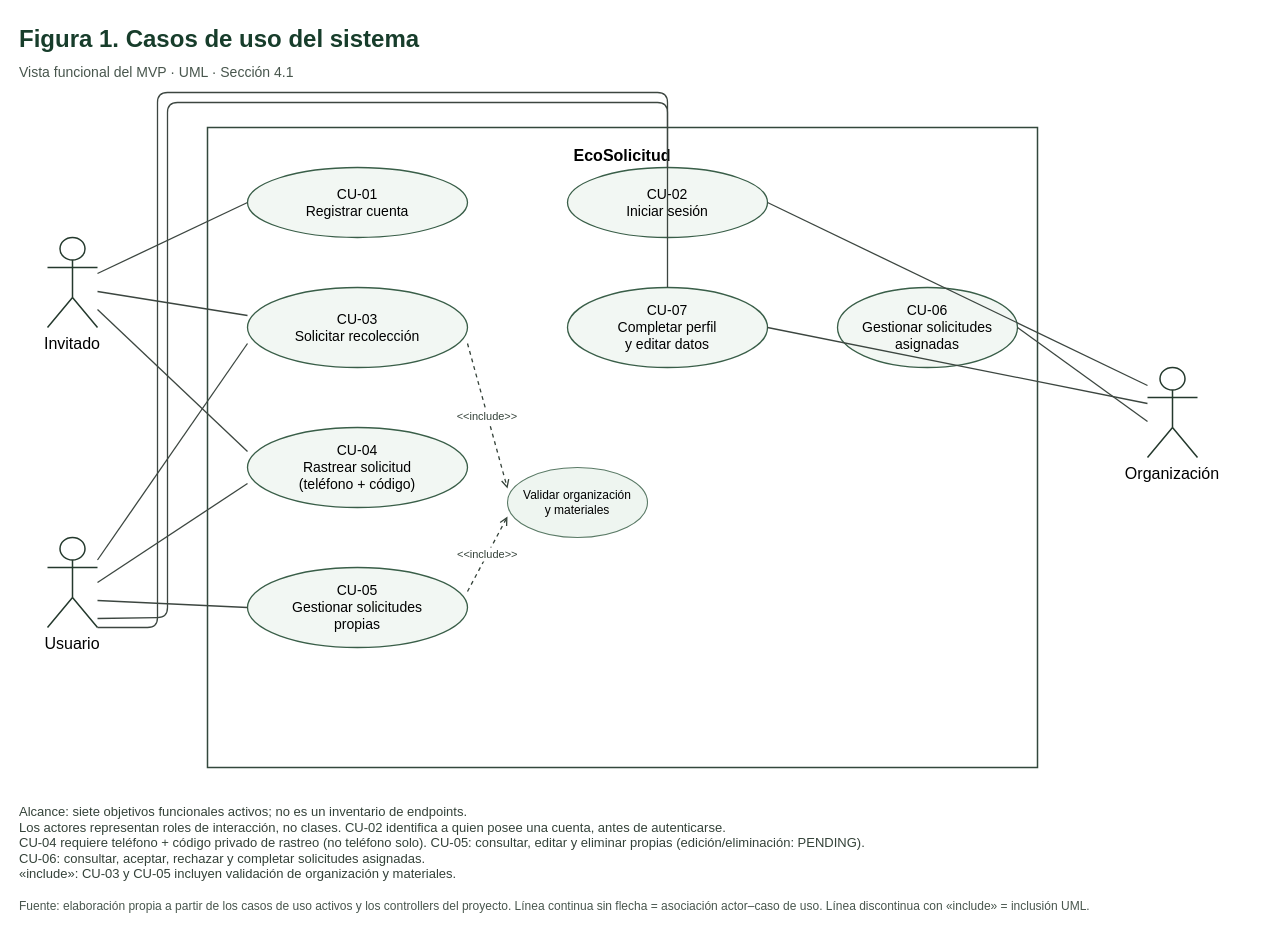
This is docs/diagrams/figura1-casos-uso.drawio from fedegonc/residuosolido, a draw.io file, before an edit. Source tidied: cells renumbered, new cells numbered last; positions are measured from the earlier drawing's top-left corner, leaving out a move shared by most shapes. Both pictures are drawn from the tidied source at 100%, with x=0, y=0 at pixel (17, 17).
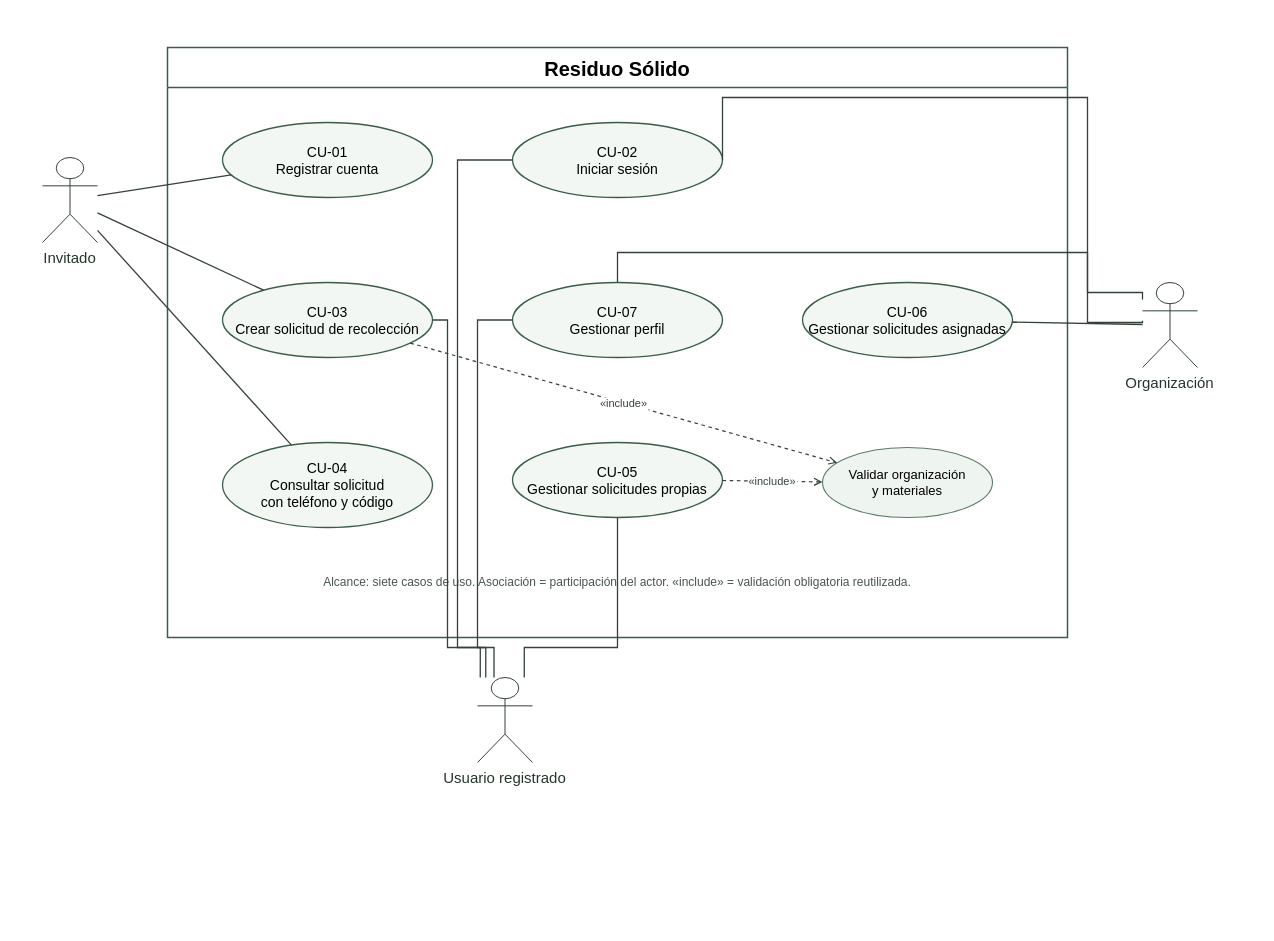
Above is the later version.

Commit message (it also covers changes not shown here):
Refina diagrama de casos de uso: quita "activo" del alcance y alinea nombres de CU

Generated with [Devin](https://devin.ai)

What changed in the source:
```diff
@@
-    <mxCell id="2" value="Figura 1. Casos de uso del sistema" style="text;html=0;fontFamily=Helvetica;fontSize=24;fontStyle=1;fontColor=#173d2b;align=left;" parent="1" vertex="1">
-      <mxGeometry width="1200" height="38" as="geometry" />
-    </mxCell>
-    <mxCell id="3" value="Vista funcional del MVP · UML · Sección 4.1" style="text;html=0;fontFamily=Helvetica;fontSize=14;fontColor=#48564d;align=left;" parent="1" vertex="1">
-      <mxGeometry y="40" width="1200" height="25" as="geometry" />
-    </mxCell>
-    <mxCell id="4" value="EcoSolicitud" style="rounded=0;html=0;verticalAlign=top;spacingTop=12;fontFamily=Helvetica;fontSize=16;fontStyle=1;fillColor=#ffffff;strokeColor=#33483c;strokeWidth=1.5;" parent="1" vertex="1">
-      <mxGeometry x="190" y="110" width="830" height="640" as="geometry" />
+    <mxCell id="4" value="Residuo Sólido" style="swimlane;startSize=40;horizontal=1;rounded=0;html=0;fontFamily=Helvetica;fontSize=20;fontStyle=1;fillColor=#ffffff;swimlaneFillColor=#ffffff;strokeColor=#395e48;strokeWidth=1.5;" parent="1" vertex="1">
+      <mxGeometry x="150" y="30" width="900" height="590" as="geometry" />
     </mxCell>
-    <mxCell id="5" value="Invitado" style="shape=umlActor;verticalLabelPosition=bottom;verticalAlign=top;html=0;fontFamily=Helvetica;fontSize=16;fillColor=#ffffff;strokeColor=#24392d;strokeWidth=1.5;" parent="1" vertex="1">
-      <mxGeometry x="30" y="220" width="50" height="90" as="geometry" />
+    <mxCell id="5" value="Invitado" style="shape=umlActor;verticalLabelPosition=bottom;verticalAlign=top;html=0;fontFamily=Helvetica;fontSize=15;fontColor=#25362b;strokeColor=#344239;" parent="1" vertex="1">
+      <mxGeometry x="25" y="140" width="55" height="85" as="geometry" />
     </mxCell>
-    <mxCell id="6" value="Usuario" style="shape=umlActor;verticalLabelPosition=bottom;verticalAlign=top;html=0;fontFamily=Helvetica;fontSize=16;fillColor=#ffffff;strokeColor=#24392d;strokeWidth=1.5;" parent="1" vertex="1">
-      <mxGeometry x="30" y="520" width="50" height="90" as="geometry" />
+    <mxCell id="6" value="Usuario registrado" style="shape=umlActor;verticalLabelPosition=bottom;verticalAlign=top;html=0;fontFamily=Helvetica;fontSize=15;fontColor=#25362b;strokeColor=#344239;" parent="1" vertex="1">
+      <mxGeometry x="460" y="660" width="55" height="85" as="geometry" />
     </mxCell>
-    <mxCell id="7" value="Organización" style="shape=umlActor;verticalLabelPosition=bottom;verticalAlign=top;html=0;fontFamily=Helvetica;fontSize=16;fillColor=#ffffff;strokeColor=#24392d;strokeWidth=1.5;" parent="1" vertex="1">
-      <mxGeometry x="1130" y="350" width="50" height="90" as="geometry" />
+    <mxCell id="7" value="Organización" style="shape=umlActor;verticalLabelPosition=bottom;verticalAlign=top;html=0;fontFamily=Helvetica;fontSize=15;fontColor=#25362b;strokeColor=#344239;" parent="1" vertex="1">
+      <mxGeometry x="1125" y="265" width="55" height="85" as="geometry" />
     </mxCell>
-    <mxCell id="8" value="CU-01&#10;Registrar cuenta" style="ellipse;whiteSpace=wrap;html=0;fontFamily=Helvetica;fontSize=14;fillColor=#f2f7f3;strokeColor=#395e48;strokeWidth=1.3;" parent="1" vertex="1">
-      <mxGeometry x="230" y="150" width="220" height="70" as="geometry" />
+    <mxCell id="8" value="CU-01&#10;Registrar cuenta" style="ellipse;whiteSpace=wrap;html=0;fontFamily=Helvetica;fontSize=14;fillColor=#f2f7f3;strokeColor=#395e48;strokeWidth=1.3;" parent="4" vertex="1">
+      <mxGeometry x="55" y="75" width="210" height="75" as="geometry" />
     </mxCell>
-    <mxCell id="9" value="CU-03&#10;Solicitar recolección" style="ellipse;whiteSpace=wrap;html=0;fontFamily=Helvetica;fontSize=14;fillColor=#f2f7f3;strokeColor=#395e48;strokeWidth=1.3;" parent="1" vertex="1">
-      <mxGeometry x="230" y="270" width="220" height="80" as="geometry" />
+    <mxCell id="9" value="CU-03&#10;Crear solicitud de recolección" style="ellipse;whiteSpace=wrap;html=0;fontFamily=Helvetica;fontSize=14;fillColor=#f2f7f3;strokeColor=#395e48;strokeWidth=1.3;" parent="4" vertex="1">
+      <mxGeometry x="55" y="235" width="210" height="75" as="geometry" />
     </mxCell>
-    <mxCell id="10" value="CU-04&#10;Rastrear solicitud&#10;(teléfono + código)" style="ellipse;whiteSpace=wrap;html=0;fontFamily=Helvetica;fontSize=14;fillColor=#f2f7f3;strokeColor=#395e48;strokeWidth=1.3;" parent="1" vertex="1">
-      <mxGeometry x="230" y="410" width="220" height="80" as="geometry" />
+    <mxCell id="10" value="CU-04&#10;Consultar solicitud&#10;con teléfono y código" style="ellipse;whiteSpace=wrap;html=0;fontFamily=Helvetica;fontSize=14;fillColor=#f2f7f3;strokeColor=#395e48;strokeWidth=1.3;" parent="4" vertex="1">
+      <mxGeometry x="55" y="395" width="210" height="85" as="geometry" />
     </mxCell>
-    <mxCell id="11" value="CU-05&#10;Gestionar solicitudes&#10;propias" style="ellipse;whiteSpace=wrap;html=0;fontFamily=Helvetica;fontSize=14;fillColor=#f2f7f3;strokeColor=#395e48;strokeWidth=1.3;" parent="1" vertex="1">
-      <mxGeometry x="230" y="550" width="220" height="80" as="geometry" />
-    </mxCell>
-    <mxCell id="12" value="CU-02&#10;Iniciar sesión" style="ellipse;whiteSpace=wrap;html=0;fontFamily=Helvetica;fontSize=14;fillColor=#f2f7f3;strokeColor=#395e48;strokeWidth=1.3;" parent="1" vertex="1">
-      <mxGeometry x="550" y="150" width="200" height="70" as="geometry" />
+    <mxCell id="12" value="CU-02&#10;Iniciar sesión" style="ellipse;whiteSpace=wrap;html=0;fontFamily=Helvetica;fontSize=14;fillColor=#f2f7f3;strokeColor=#395e48;strokeWidth=1.3;" parent="4" vertex="1">
+      <mxGeometry x="345" y="75" width="210" height="75" as="geometry" />
     </mxCell>
-    <mxCell id="13" value="CU-07&#10;Completar perfil&#10;y editar datos" style="ellipse;whiteSpace=wrap;html=0;fontFamily=Helvetica;fontSize=14;fillColor=#f2f7f3;strokeColor=#395e48;strokeWidth=1.3;" parent="1" vertex="1">
-      <mxGeometry x="550" y="270" width="200" height="80" as="geometry" />
+    <mxCell id="13" value="CU-07&#10;Gestionar perfil" style="ellipse;whiteSpace=wrap;html=0;fontFamily=Helvetica;fontSize=14;fillColor=#f2f7f3;strokeColor=#395e48;strokeWidth=1.3;" parent="4" vertex="1">
+      <mxGeometry x="345" y="235" width="210" height="75" as="geometry" />
     </mxCell>
+    <mxCell id="11" value="CU-05&#10;Gestionar solicitudes propias" style="ellipse;whiteSpace=wrap;html=0;fontFamily=Helvetica;fontSize=14;fillColor=#f2f7f3;strokeColor=#395e48;strokeWidth=1.3;" parent="4" vertex="1">
+      <mxGeometry x="345" y="395" width="210" height="75" as="geometry" />
+    </mxCell>
-    <mxCell id="14" value="CU-06&#10;Gestionar solicitudes&#10;asignadas" style="ellipse;whiteSpace=wrap;html=0;fontFamily=Helvetica;fontSize=14;fillColor=#f2f7f3;strokeColor=#395e48;strokeWidth=1.3;" parent="1" vertex="1">
-      <mxGeometry x="820" y="270" width="180" height="80" as="geometry" />
+    <mxCell id="14" value="CU-06&#10;Gestionar solicitudes asignadas" style="ellipse;whiteSpace=wrap;html=0;fontFamily=Helvetica;fontSize=14;fillColor=#f2f7f3;strokeColor=#395e48;strokeWidth=1.3;" parent="4" vertex="1">
+      <mxGeometry x="635" y="235" width="210" height="75" as="geometry" />
     </mxCell>
-    <mxCell id="15" value="Validar organización&#10;y materiales" style="ellipse;whiteSpace=wrap;html=0;fontFamily=Helvetica;fontSize=12;fillColor=#eef5f0;strokeColor=#5a7a66;strokeWidth=1.1;dashed=0;" parent="1" vertex="1">
-      <mxGeometry x="490" y="450" width="140" height="70" as="geometry" />
+    <mxCell id="15" value="Validar organización&#10;y materiales" style="ellipse;whiteSpace=wrap;html=0;fontFamily=Helvetica;fontSize=13;fillColor=#eef5f0;strokeColor=#5a7a66;strokeWidth=1.1;" parent="4" vertex="1">
+      <mxGeometry x="655" y="400" width="170" height="70" as="geometry" />
     </mxCell>
+    <mxCell id="29" value="Alcance: siete casos de uso. Asociación = participación del actor. «include» = validación obligatoria reutilizada." style="text;html=0;whiteSpace=wrap;align=center;verticalAlign=middle;fontFamily=Helvetica;fontSize=12;fontColor=#48564d;strokeColor=none;fillColor=none;" parent="4" vertex="1">
+      <mxGeometry x="45" y="520" width="810" height="30" as="geometry" />
+    </mxCell>
-    <mxCell id="16" style="endArrow=none;startArrow=none;strokeColor=#3c4640;strokeWidth=1.3;exitX=1;exitY=0.4;entryX=0;entryY=0.5;exitDx=0;exitDy=0;exitPerimeter=0;entryDx=0;entryDy=0;entryPerimeter=0;exitX=1.0;exitY=0.4;exitDx=0;exitDy=0;exitPerimeter=0;entryX=0.0;entryY=0.5;entryDx=0;entryDy=0;entryPerimeter=0;" parent="1" edge="1" source="5" target="8">
+    <mxCell id="16" style="endArrow=none;startArrow=none;edgeStyle=none;html=0;strokeColor=#344239;strokeWidth=1.3;" parent="1" edge="1" source="5" target="8">
       <mxGeometry relative="1" as="geometry" />
     </mxCell>
-    <mxCell id="17" style="endArrow=none;startArrow=none;strokeColor=#3c4640;strokeWidth=1.3;exitX=1;exitY=0.6;entryX=0;entryY=0.35;exitDx=0;exitDy=0;exitPerimeter=0;entryDx=0;entryDy=0;entryPerimeter=0;exitX=1.0;exitY=0.6;exitDx=0;exitDy=0;exitPerimeter=0;entryX=0.0;entryY=0.35;entryDx=0;entryDy=0;entryPerimeter=0;" parent="1" edge="1" source="5" target="9">
+    <mxCell id="17" style="endArrow=none;startArrow=none;edgeStyle=none;html=0;strokeColor=#344239;strokeWidth=1.3;" parent="1" edge="1" source="5" target="9">
       <mxGeometry relative="1" as="geometry" />
     </mxCell>
-    <mxCell id="18" style="endArrow=none;startArrow=none;strokeColor=#3c4640;strokeWidth=1.3;exitX=1;exitY=0.8;entryX=0;entryY=0.3;exitDx=0;exitDy=0;exitPerimeter=0;entryDx=0;entryDy=0;entryPerimeter=0;exitX=1.0;exitY=0.8;exitDx=0;exitDy=0;exitPerimeter=0;entryX=0.0;entryY=0.3;entryDx=0;entryDy=0;entryPerimeter=0;" parent="1" edge="1" source="5" target="10">
+    <mxCell id="18" style="endArrow=none;startArrow=none;edgeStyle=none;html=0;strokeColor=#344239;strokeWidth=1.3;" parent="1" edge="1" source="5" target="10">
       <mxGeometry relative="1" as="geometry" />
     </mxCell>
+    <mxCell id="22" style="endArrow=none;startArrow=none;edgeStyle=orthogonalEdgeStyle;rounded=0;html=0;strokeColor=#344239;strokeWidth=1.3;exitX=0.15;exitY=0;entryX=0;entryY=0.5;" parent="1" edge="1" source="6" target="12">
+      <mxGeometry relative="1" as="geometry">
+        <Array as="points">
+          <mxPoint x="440" y="630" />
+          <mxPoint x="440" y="142" />
+        </Array>
+      </mxGeometry>
+    </mxCell>
-    <mxCell id="19" style="endArrow=none;startArrow=none;strokeColor=#3c4640;strokeWidth=1.3;exitX=1;exitY=0.25;entryX=0;entryY=0.7;exitDx=0;exitDy=0;exitPerimeter=0;entryDx=0;entryDy=0;entryPerimeter=0;exitX=1.0;exitY=0.25;exitDx=0;exitDy=0;exitPerimeter=0;entryX=0.0;entryY=0.7;entryDx=0;entryDy=0;entryPerimeter=0;" parent="1" edge="1" source="6" target="9">
-      <mxGeometry relative="1" as="geometry" />
+    <mxCell id="19" style="endArrow=none;startArrow=none;edgeStyle=orthogonalEdgeStyle;rounded=0;html=0;strokeColor=#344239;strokeWidth=1.3;exitX=0.05;exitY=0;entryX=1;entryY=0.5;" parent="1" edge="1" source="6" target="9">
+      <mxGeometry relative="1" as="geometry">
+        <Array as="points">
+          <mxPoint x="430" y="630" />
+          <mxPoint x="430" y="302" />
+        </Array>
+      </mxGeometry>
     </mxCell>
-    <mxCell id="20" style="endArrow=none;startArrow=none;strokeColor=#3c4640;strokeWidth=1.3;exitX=1;exitY=0.5;entryX=0;entryY=0.7;exitDx=0;exitDy=0;exitPerimeter=0;entryDx=0;entryDy=0;entryPerimeter=0;exitX=1.0;exitY=0.5;exitDx=0;exitDy=0;exitPerimeter=0;entryX=0.0;entryY=0.7;entryDx=0;entryDy=0;entryPerimeter=0;" parent="1" edge="1" source="6" target="10">
-      <mxGeometry relative="1" as="geometry" />
-    </mxCell>
-    <mxCell id="21" style="endArrow=none;startArrow=none;strokeColor=#3c4640;strokeWidth=1.3;exitX=1;exitY=0.7;entryX=0;entryY=0.5;exitDx=0;exitDy=0;exitPerimeter=0;entryDx=0;entryDy=0;entryPerimeter=0;exitX=1.0;exitY=0.7;exitDx=0;exitDy=0;exitPerimeter=0;entryX=0.0;entryY=0.5;entryDx=0;entryDy=0;entryPerimeter=0;" parent="1" edge="1" source="6" target="11">
-      <mxGeometry relative="1" as="geometry" />
+    <mxCell id="21" style="endArrow=none;startArrow=none;edgeStyle=orthogonalEdgeStyle;rounded=0;html=0;strokeColor=#344239;strokeWidth=1.3;exitX=0.85;exitY=0;entryX=0.5;entryY=1;" parent="1" edge="1" source="6" target="11">
+      <mxGeometry relative="1" as="geometry">
+        <Array as="points">
+          <mxPoint x="600" y="630" />
+        </Array>
+      </mxGeometry>
     </mxCell>
-    <mxCell id="22" style="endArrow=none;startArrow=none;strokeColor=#3c4640;strokeWidth=1.3;exitX=1;exitY=0.9;entryX=0.5;entryY=0;exitDx=0;exitDy=0;exitPerimeter=0;entryDx=0;entryDy=0;entryPerimeter=0;exitX=1.0;exitY=0.9;exitDx=0;exitDy=0;exitPerimeter=0;entryX=0.5;entryY=0.0;entryDx=0;entryDy=0;entryPerimeter=0;" parent="1" edge="1" source="6" target="12">
-      <mxGeometry relative="1" as="geometry">
-        <Array as="points">
-          <mxPoint x="150" y="600" />
-          <mxPoint x="150" y="85" />
-          <mxPoint x="650" y="85" />
-        </Array>
-      </mxGeometry>
-    </mxCell>
-    <mxCell id="23" style="endArrow=none;startArrow=none;strokeColor=#3c4640;strokeWidth=1.3;exitX=1;exitY=1;entryX=0.5;entryY=0;exitDx=0;exitDy=0;exitPerimeter=0;entryDx=0;entryDy=0;entryPerimeter=0;exitX=1.0;exitY=1.0;exitDx=0;exitDy=0;exitPerimeter=0;entryX=0.5;entryY=0.0;entryDx=0;entryDy=0;entryPerimeter=0;" parent="1" edge="1" source="6" target="13">
+    <mxCell id="23" style="endArrow=none;startArrow=none;edgeStyle=orthogonalEdgeStyle;rounded=0;html=0;strokeColor=#344239;strokeWidth=1.3;exitX=0.3;exitY=0;entryX=0;entryY=0.5;" parent="1" edge="1" source="6" target="13">
       <mxGeometry relative="1" as="geometry">
         <Array as="points">
-          <mxPoint x="140" y="610" />
-          <mxPoint x="140" y="75" />
-          <mxPoint x="650" y="75" />
+          <mxPoint x="460" y="630" />
+          <mxPoint x="460" y="302" />
         </Array>
       </mxGeometry>
     </mxCell>
-    <mxCell id="24" style="endArrow=none;startArrow=none;strokeColor=#3c4640;strokeWidth=1.3;exitX=0;exitY=0.2;entryX=1;entryY=0.5;exitDx=0;exitDy=0;exitPerimeter=0;entryDx=0;entryDy=0;entryPerimeter=0;exitX=0.0;exitY=0.2;exitDx=0;exitDy=0;exitPerimeter=0;entryX=1.0;entryY=0.5;entryDx=0;entryDy=0;entryPerimeter=0;" parent="1" edge="1" source="7" target="12">
-      <mxGeometry relative="1" as="geometry" />
+    <mxCell id="24" style="endArrow=none;startArrow=none;edgeStyle=orthogonalEdgeStyle;rounded=0;html=0;strokeColor=#344239;strokeWidth=1.3;exitX=0;exitY=0.2;entryX=1;entryY=0.5;" parent="1" edge="1" source="7" target="12">
+      <mxGeometry relative="1" as="geometry">
+        <Array as="points">
+          <mxPoint x="1070" y="275" />
+          <mxPoint x="1070" y="80" />
+          <mxPoint x="705" y="80" />
+        </Array>
+      </mxGeometry>
     </mxCell>
-    <mxCell id="25" style="endArrow=none;startArrow=none;strokeColor=#3c4640;strokeWidth=1.3;exitX=0;exitY=0.4;entryX=1;entryY=0.5;exitDx=0;exitDy=0;exitPerimeter=0;entryDx=0;entryDy=0;entryPerimeter=0;exitX=0.0;exitY=0.4;exitDx=0;exitDy=0;exitPerimeter=0;entryX=1.0;entryY=0.5;entryDx=0;entryDy=0;entryPerimeter=0;" parent="1" edge="1" source="7" target="13">
-      <mxGeometry relative="1" as="geometry" />
+    <mxCell id="25" style="endArrow=none;startArrow=none;edgeStyle=orthogonalEdgeStyle;rounded=0;html=0;strokeColor=#344239;strokeWidth=1.3;exitX=0;exitY=0.45;entryX=0.5;entryY=0;" parent="1" edge="1" source="7" target="13">
+      <mxGeometry relative="1" as="geometry">
+        <Array as="points">
+          <mxPoint x="1070" y="305" />
+          <mxPoint x="1070" y="235" />
+          <mxPoint x="600" y="235" />
+        </Array>
+      </mxGeometry>
     </mxCell>
-    <mxCell id="26" style="endArrow=none;startArrow=none;strokeColor=#3c4640;strokeWidth=1.3;exitX=0;exitY=0.6;entryX=1;entryY=0.5;exitDx=0;exitDy=0;exitPerimeter=0;entryDx=0;entryDy=0;entryPerimeter=0;exitX=0.0;exitY=0.6;exitDx=0;exitDy=0;exitPerimeter=0;entryX=1.0;entryY=0.5;entryDx=0;entryDy=0;entryPerimeter=0;" parent="1" edge="1" source="7" target="14">
+    <mxCell id="26" style="endArrow=none;startArrow=none;edgeStyle=none;html=0;strokeColor=#344239;strokeWidth=1.3;" parent="1" edge="1" source="7" target="14">
       <mxGeometry relative="1" as="geometry" />
     </mxCell>
-    <mxCell id="27" value="&lt;&lt;include&gt;&gt;" style="endArrow=open;startArrow=none;dashed=1;html=0;fontFamily=Helvetica;fontSize=11;fontColor=#344239;labelBackgroundColor=#ffffff;strokeColor=#344239;strokeWidth=1.3;exitX=1;exitY=0.7;entryX=0;entryY=0.3;exitDx=0;exitDy=0;exitPerimeter=0;entryDx=0;entryDy=0;entryPerimeter=0;exitX=1.0;exitY=0.7;exitDx=0;exitDy=0;exitPerimeter=0;entryX=0.0;entryY=0.3;entryDx=0;entryDy=0;entryPerimeter=0;" parent="1" edge="1" source="9" target="15">
+    <mxCell id="27" value="«include»" style="endArrow=open;startArrow=none;edgeStyle=none;dashed=1;html=0;fontFamily=Helvetica;fontSize=11;fontColor=#344239;labelBackgroundColor=#ffffff;strokeColor=#344239;strokeWidth=1.2;" parent="4" edge="1" source="9" target="15">
       <mxGeometry relative="1" as="geometry" />
     </mxCell>
-    <mxCell id="28" value="&lt;&lt;include&gt;&gt;" style="endArrow=open;startArrow=none;dashed=1;html=0;fontFamily=Helvetica;fontSize=11;fontColor=#344239;labelBackgroundColor=#ffffff;strokeColor=#344239;strokeWidth=1.3;exitX=1;exitY=0.3;entryX=0;entryY=0.7;exitDx=0;exitDy=0;exitPerimeter=0;entryDx=0;entryDy=0;entryPerimeter=0;exitX=1.0;exitY=0.3;exitDx=0;exitDy=0;exitPerimeter=0;entryX=0.0;entryY=0.7;entryDx=0;entryDy=0;entryPerimeter=0;" parent="1" edge="1" source="11" target="15">
+    <mxCell id="28" value="«include»" style="endArrow=open;startArrow=none;edgeStyle=none;dashed=1;html=0;fontFamily=Helvetica;fontSize=11;fontColor=#344239;labelBackgroundColor=#ffffff;strokeColor=#344239;strokeWidth=1.2;" parent="4" edge="1" source="11" target="15">
       <mxGeometry relative="1" as="geometry" />
     </mxCell>
-    <mxCell id="29" value="Alcance: siete objetivos funcionales activos; no es un inventario de endpoints.&#10;Los actores representan roles de interacción, no clases. CU-02 identifica a quien posee una cuenta, antes de autenticarse.&#10;CU-04 requiere teléfono + código privado de rastreo (no teléfono solo). CU-05: consultar, editar y eliminar propias (edición/eliminación: PENDING).&#10;CU-06: consultar, aceptar, rechazar y completar solicitudes asignadas.&#10;«include»: CU-03 y CU-05 incluyen validación de organización y materiales." style="text;html=0;whiteSpace=wrap;fontFamily=Helvetica;fontSize=13;align=left;verticalAlign=top;fontColor=#344239;" parent="1" vertex="1">
-      <mxGeometry y="780" width="1240" height="85" as="geometry" />
-    </mxCell>
-    <mxCell id="30" value="Fuente: elaboración propia a partir de los casos de uso activos y los controllers del proyecto. Línea continua sin flecha = asociación actor–caso de uso. Línea discontinua con «include» = inclusión UML." style="text;html=0;whiteSpace=wrap;fontFamily=Helvetica;fontSize=12;fontColor=#48564d;align=left;" parent="1" vertex="1">
-      <mxGeometry y="875" width="1240" height="32" as="geometry" />
-    </mxCell>
```
